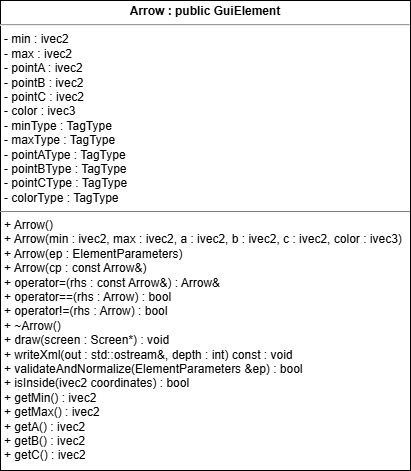
Earlier version of the draw.io export images/Arrow_UML.png (cgreen2048/ArtHuddle). Source tidied: cells renumbered, new cells last; positions are measured from the earlier drawing's top-left corner, leaving out a move shared by most shapes.
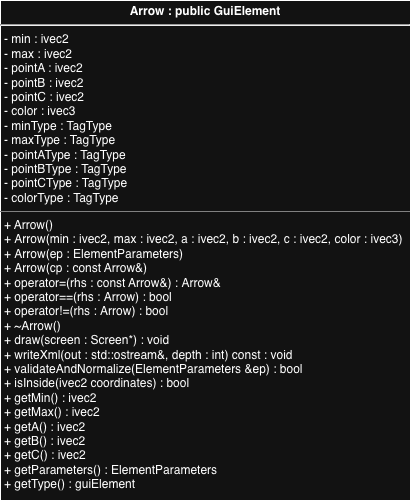
Later version of the same file.

Change to the diagram source:
```diff
@@ -2,8 +2,8 @@
   <root>
     <mxCell id="0" />
     <mxCell id="1" parent="0" />
-    <mxCell id="2" value="&lt;p style=&quot;margin:0px;margin-top:4px;text-align:center;&quot;&gt;&lt;b&gt;Arrow : public GuiElement&lt;/b&gt;&lt;/p&gt;&lt;hr&gt;&lt;p style=&quot;margin:0px;margin-left:4px;&quot;&gt;&lt;span style=&quot;background-color: transparent; color: light-dark(rgb(0, 0, 0), rgb(255, 255, 255));&quot;&gt;- min : ivec2&lt;/span&gt;&lt;/p&gt;&lt;p style=&quot;margin:0px;margin-left:4px;&quot;&gt;&lt;span style=&quot;background-color: transparent; color: light-dark(rgb(0, 0, 0), rgb(255, 255, 255));&quot;&gt;- max : ivec2&lt;/span&gt;&lt;/p&gt;&lt;p style=&quot;margin:0px;margin-left:4px;&quot;&gt;&lt;span style=&quot;background-color: transparent; color: light-dark(rgb(0, 0, 0), rgb(255, 255, 255));&quot;&gt;- pointA : ivec2&lt;/span&gt;&lt;/p&gt;&lt;p style=&quot;margin:0px;margin-left:4px;&quot;&gt;- pointB : ivec2&lt;/p&gt;&lt;p style=&quot;margin:0px;margin-left:4px;&quot;&gt;- pointC : ivec2&lt;/p&gt;&lt;p style=&quot;margin:0px;margin-left:4px;&quot;&gt;- color : ivec3&lt;br&gt;&lt;/p&gt;&lt;p style=&quot;margin:0px;margin-left:4px;&quot;&gt;- minType : TagType&lt;/p&gt;&lt;p style=&quot;margin:0px;margin-left:4px;&quot;&gt;- maxType : TagType&lt;/p&gt;&lt;p style=&quot;margin:0px;margin-left:4px;&quot;&gt;- pointA&lt;span style=&quot;background-color: transparent;&quot;&gt;Type : TagType&lt;/span&gt;&lt;/p&gt;&lt;p style=&quot;margin:0px;margin-left:4px;&quot;&gt;&lt;span style=&quot;white-space: normal;&quot;&gt;- pointBType : TagType&lt;/span&gt;&lt;/p&gt;&lt;p style=&quot;margin:0px;margin-left:4px;&quot;&gt;- pointCType : TagType&lt;/p&gt;&lt;p style=&quot;margin:0px;margin-left:4px;&quot;&gt;&lt;span style=&quot;white-space: normal;&quot;&gt;- colorType : TagType&lt;/span&gt;&lt;/p&gt;&lt;hr size=&quot;1&quot; style=&quot;border-style:solid;&quot;&gt;&lt;p style=&quot;margin:0px;margin-left:4px;&quot;&gt;+ Arrow()&lt;/p&gt;&lt;p style=&quot;margin:0px;margin-left:4px;&quot;&gt;&lt;span style=&quot;background-color: transparent; color: light-dark(rgb(0, 0, 0), rgb(255, 255, 255));&quot;&gt;+&lt;/span&gt;&lt;span style=&quot;background-color: transparent; color: light-dark(rgb(0, 0, 0), rgb(255, 255, 255));&quot;&gt;&amp;nbsp;&lt;/span&gt;Arrow(min : ivec2, max : ivec2, a : ivec2, b : ivec2, c : ivec2, color : ivec3)&lt;/p&gt;&lt;p style=&quot;margin:0px;margin-left:4px;&quot;&gt;&lt;span style=&quot;background-color: transparent; color: light-dark(rgb(0, 0, 0), rgb(255, 255, 255));&quot;&gt;+&lt;/span&gt;&lt;span style=&quot;background-color: transparent; color: light-dark(rgb(0, 0, 0), rgb(255, 255, 255));&quot;&gt;&amp;nbsp;&lt;/span&gt;Arrow(ep : ElementParameters)&lt;/p&gt;&lt;p style=&quot;margin:0px;margin-left:4px;&quot;&gt;&lt;span style=&quot;background-color: transparent; color: light-dark(rgb(0, 0, 0), rgb(255, 255, 255));&quot;&gt;+&lt;/span&gt;&lt;span style=&quot;background-color: transparent; color: light-dark(rgb(0, 0, 0), rgb(255, 255, 255));&quot;&gt;&amp;nbsp;&lt;/span&gt;Arrow(cp :&amp;nbsp;&lt;span style=&quot;background-color: transparent; color: light-dark(rgb(0, 0, 0), rgb(255, 255, 255));&quot;&gt;const Arrow&amp;amp;&lt;/span&gt;&lt;span style=&quot;background-color: transparent; color: light-dark(rgb(0, 0, 0), rgb(255, 255, 255));&quot;&gt;)&lt;/span&gt;&lt;/p&gt;&lt;p style=&quot;margin:0px;margin-left:4px;&quot;&gt;&lt;span style=&quot;background-color: transparent; color: light-dark(rgb(0, 0, 0), rgb(255, 255, 255));&quot;&gt;+&lt;/span&gt;&lt;span style=&quot;background-color: transparent; color: light-dark(rgb(0, 0, 0), rgb(255, 255, 255));&quot;&gt;&amp;nbsp;&lt;/span&gt;&lt;span style=&quot;white-space: normal;&quot;&gt;operator=(rhs :&amp;nbsp;&lt;/span&gt;&lt;span style=&quot;background-color: transparent; color: light-dark(rgb(0, 0, 0), rgb(255, 255, 255));&quot;&gt;const Arrow&amp;amp;&lt;/span&gt;&lt;span style=&quot;background-color: transparent; color: light-dark(rgb(0, 0, 0), rgb(255, 255, 255));&quot;&gt;) :&amp;nbsp;&lt;/span&gt;&lt;span style=&quot;background-color: transparent; color: light-dark(rgb(0, 0, 0), rgb(255, 255, 255));&quot;&gt;Arrow&amp;amp;&lt;/span&gt;&lt;/p&gt;&lt;p style=&quot;margin:0px;margin-left:4px;&quot;&gt;&lt;span style=&quot;background-color: transparent; color: light-dark(rgb(0, 0, 0), rgb(255, 255, 255));&quot;&gt;+&lt;/span&gt;&lt;span style=&quot;background-color: transparent; color: light-dark(rgb(0, 0, 0), rgb(255, 255, 255));&quot;&gt;&amp;nbsp;&lt;/span&gt;&lt;span style=&quot;white-space: normal;&quot;&gt;operator==(rhs :&amp;nbsp;&lt;/span&gt;&lt;span style=&quot;background-color: transparent; color: light-dark(rgb(0, 0, 0), rgb(255, 255, 255));&quot;&gt;Arrow) :&amp;nbsp;&lt;/span&gt;&lt;span style=&quot;background-color: transparent; color: light-dark(rgb(0, 0, 0), rgb(255, 255, 255));&quot;&gt;bool&lt;/span&gt;&lt;/p&gt;&lt;p style=&quot;margin:0px;margin-left:4px;&quot;&gt;&lt;span style=&quot;background-color: transparent; color: light-dark(rgb(0, 0, 0), rgb(255, 255, 255));&quot;&gt;+&lt;/span&gt;&lt;span style=&quot;background-color: transparent; color: light-dark(rgb(0, 0, 0), rgb(255, 255, 255));&quot;&gt;&amp;nbsp;&lt;/span&gt;&lt;span style=&quot;white-space: normal;&quot;&gt;operator!=(rhs :&amp;nbsp;&lt;/span&gt;&lt;span style=&quot;background-color: transparent; color: light-dark(rgb(0, 0, 0), rgb(255, 255, 255));&quot;&gt;Arrow&lt;/span&gt;&lt;span style=&quot;background-color: transparent; color: light-dark(rgb(0, 0, 0), rgb(255, 255, 255));&quot;&gt;) :&amp;nbsp;&lt;/span&gt;&lt;span style=&quot;background-color: transparent; color: light-dark(rgb(0, 0, 0), rgb(255, 255, 255));&quot;&gt;bool&lt;/span&gt;&lt;/p&gt;&lt;p style=&quot;margin:0px;margin-left:4px;&quot;&gt;&lt;span style=&quot;background-color: transparent; color: light-dark(rgb(0, 0, 0), rgb(255, 255, 255));&quot;&gt;+&lt;/span&gt;&lt;span style=&quot;background-color: transparent; color: light-dark(rgb(0, 0, 0), rgb(255, 255, 255));&quot;&gt;&amp;nbsp;&lt;/span&gt;&lt;span style=&quot;white-space: normal;&quot;&gt;~Arrow()&lt;/span&gt;&lt;/p&gt;&lt;p style=&quot;margin:0px;margin-left:4px;&quot;&gt;&lt;span style=&quot;background-color: transparent; color: light-dark(rgb(0, 0, 0), rgb(255, 255, 255));&quot;&gt;+&lt;/span&gt;&lt;span style=&quot;background-color: transparent; color: light-dark(rgb(0, 0, 0), rgb(255, 255, 255));&quot;&gt;&amp;nbsp;&lt;/span&gt;draw(screen :&amp;nbsp;&lt;span style=&quot;background-color: transparent; color: light-dark(rgb(0, 0, 0), rgb(255, 255, 255));&quot;&gt;Screen*&lt;/span&gt;&lt;span style=&quot;background-color: transparent; color: light-dark(rgb(0, 0, 0), rgb(255, 255, 255));&quot;&gt;) : void&lt;/span&gt;&lt;/p&gt;&lt;p style=&quot;margin:0px;margin-left:4px;&quot;&gt;&lt;span style=&quot;background-color: transparent; color: light-dark(rgb(0, 0, 0), rgb(255, 255, 255));&quot;&gt;+&lt;/span&gt;&lt;span style=&quot;background-color: transparent; color: light-dark(rgb(0, 0, 0), rgb(255, 255, 255));&quot;&gt;&amp;nbsp;&lt;/span&gt;writeXml(out :&amp;nbsp;&lt;span style=&quot;background-color: transparent; color: light-dark(rgb(0, 0, 0), rgb(255, 255, 255));&quot;&gt;std::ostream&amp;amp;&lt;/span&gt;&lt;span style=&quot;background-color: transparent; color: light-dark(rgb(0, 0, 0), rgb(255, 255, 255));&quot;&gt;, depth :&amp;nbsp;&lt;/span&gt;&lt;span style=&quot;background-color: transparent; color: light-dark(rgb(0, 0, 0), rgb(255, 255, 255));&quot;&gt;int&lt;/span&gt;&lt;span style=&quot;background-color: transparent; color: light-dark(rgb(0, 0, 0), rgb(255, 255, 255));&quot;&gt;) const : void&lt;/span&gt;&lt;/p&gt;&lt;p style=&quot;margin:0px;margin-left:4px;&quot;&gt;&lt;span style=&quot;background-color: transparent; color: light-dark(rgb(0, 0, 0), rgb(255, 255, 255));&quot;&gt;+&lt;/span&gt;&lt;span style=&quot;background-color: transparent; color: light-dark(rgb(0, 0, 0), rgb(255, 255, 255));&quot;&gt;&amp;nbsp;&lt;/span&gt;validateAndNormalize(ElementParameters &amp;amp;ep) : boo&lt;span style=&quot;background-color: transparent; color: light-dark(rgb(0, 0, 0), rgb(255, 255, 255));&quot;&gt;l&lt;/span&gt;&lt;/p&gt;&lt;p style=&quot;margin:0px;margin-left:4px;&quot;&gt;&lt;span style=&quot;background-color: transparent; color: light-dark(rgb(0, 0, 0), rgb(255, 255, 255));&quot;&gt;+&lt;/span&gt;&lt;span style=&quot;background-color: transparent; color: light-dark(rgb(0, 0, 0), rgb(255, 255, 255));&quot;&gt;&amp;nbsp;&lt;/span&gt;isInside(ivec2 coordinates) : bool&lt;/p&gt;&lt;p style=&quot;margin:0px;margin-left:4px;&quot;&gt;&lt;span style=&quot;background-color: transparent; color: light-dark(rgb(0, 0, 0), rgb(255, 255, 255));&quot;&gt;+&lt;/span&gt;&lt;span style=&quot;background-color: transparent; color: light-dark(rgb(0, 0, 0), rgb(255, 255, 255));&quot;&gt;&amp;nbsp;&lt;/span&gt;getMin() : ivec2&lt;/p&gt;&lt;p style=&quot;margin:0px;margin-left:4px;&quot;&gt;&lt;span style=&quot;background-color: transparent; color: light-dark(rgb(0, 0, 0), rgb(255, 255, 255));&quot;&gt;+&lt;/span&gt;&lt;span style=&quot;background-color: transparent; color: light-dark(rgb(0, 0, 0), rgb(255, 255, 255));&quot;&gt;&amp;nbsp;&lt;/span&gt;getMax() : ivec2&lt;/p&gt;&lt;p style=&quot;margin:0px;margin-left:4px;&quot;&gt;&lt;span style=&quot;background-color: transparent; color: light-dark(rgb(0, 0, 0), rgb(255, 255, 255));&quot;&gt;+&lt;/span&gt;&lt;span style=&quot;background-color: transparent; color: light-dark(rgb(0, 0, 0), rgb(255, 255, 255));&quot;&gt;&amp;nbsp;&lt;/span&gt;getA() : ivec2&lt;/p&gt;&lt;p style=&quot;margin:0px;margin-left:4px;&quot;&gt;&lt;span style=&quot;background-color: transparent; color: light-dark(rgb(0, 0, 0), rgb(255, 255, 255));&quot;&gt;+&lt;/span&gt;&lt;span style=&quot;background-color: transparent; color: light-dark(rgb(0, 0, 0), rgb(255, 255, 255));&quot;&gt;&amp;nbsp;&lt;/span&gt;getB() : ivec2&lt;/p&gt;&lt;p style=&quot;margin:0px;margin-left:4px;&quot;&gt;&lt;span style=&quot;background-color: transparent;&quot;&gt;&lt;/span&gt;&lt;/p&gt;&lt;p style=&quot;margin:0px;margin-left:4px;&quot;&gt;&lt;span style=&quot;background-color: transparent; color: light-dark(rgb(0, 0, 0), rgb(255, 255, 255));&quot;&gt;+&lt;/span&gt;&lt;span style=&quot;background-color: transparent; color: light-dark(rgb(0, 0, 0), rgb(255, 255, 255));&quot;&gt;&amp;nbsp;&lt;/span&gt;getC() : ivec2&lt;/p&gt;" style="verticalAlign=top;align=left;overflow=fill;html=1;whiteSpace=wrap;" parent="1" vertex="1">
-      <mxGeometry width="410" height="470" as="geometry" />
+    <mxCell id="2" value="&lt;p style=&quot;margin:0px;margin-top:4px;text-align:center;&quot;&gt;&lt;b&gt;Arrow : public GuiElement&lt;/b&gt;&lt;/p&gt;&lt;hr&gt;&lt;p style=&quot;margin:0px;margin-left:4px;&quot;&gt;&lt;span style=&quot;background-color: transparent; color: light-dark(rgb(0, 0, 0), rgb(255, 255, 255));&quot;&gt;- min : ivec2&lt;/span&gt;&lt;/p&gt;&lt;p style=&quot;margin:0px;margin-left:4px;&quot;&gt;&lt;span style=&quot;background-color: transparent; color: light-dark(rgb(0, 0, 0), rgb(255, 255, 255));&quot;&gt;- max : ivec2&lt;/span&gt;&lt;/p&gt;&lt;p style=&quot;margin:0px;margin-left:4px;&quot;&gt;&lt;span style=&quot;background-color: transparent; color: light-dark(rgb(0, 0, 0), rgb(255, 255, 255));&quot;&gt;- pointA : ivec2&lt;/span&gt;&lt;/p&gt;&lt;p style=&quot;margin:0px;margin-left:4px;&quot;&gt;- pointB : ivec2&lt;/p&gt;&lt;p style=&quot;margin:0px;margin-left:4px;&quot;&gt;- pointC : ivec2&lt;/p&gt;&lt;p style=&quot;margin:0px;margin-left:4px;&quot;&gt;- color : ivec3&lt;br&gt;&lt;/p&gt;&lt;p style=&quot;margin:0px;margin-left:4px;&quot;&gt;- minType : TagType&lt;/p&gt;&lt;p style=&quot;margin:0px;margin-left:4px;&quot;&gt;- maxType : TagType&lt;/p&gt;&lt;p style=&quot;margin:0px;margin-left:4px;&quot;&gt;- pointA&lt;span style=&quot;background-color: transparent;&quot;&gt;Type : TagType&lt;/span&gt;&lt;/p&gt;&lt;p style=&quot;margin:0px;margin-left:4px;&quot;&gt;&lt;span style=&quot;white-space: normal;&quot;&gt;- pointBType : TagType&lt;/span&gt;&lt;/p&gt;&lt;p style=&quot;margin:0px;margin-left:4px;&quot;&gt;- pointCType : TagType&lt;/p&gt;&lt;p style=&quot;margin:0px;margin-left:4px;&quot;&gt;&lt;span style=&quot;white-space: normal;&quot;&gt;- colorType : TagType&lt;/span&gt;&lt;/p&gt;&lt;hr size=&quot;1&quot; style=&quot;border-style:solid;&quot;&gt;&lt;p style=&quot;margin:0px;margin-left:4px;&quot;&gt;+ Arrow()&lt;/p&gt;&lt;p style=&quot;margin:0px;margin-left:4px;&quot;&gt;&lt;span style=&quot;background-color: transparent; color: light-dark(rgb(0, 0, 0), rgb(255, 255, 255));&quot;&gt;+&lt;/span&gt;&lt;span style=&quot;background-color: transparent; color: light-dark(rgb(0, 0, 0), rgb(255, 255, 255));&quot;&gt;&amp;nbsp;&lt;/span&gt;Arrow(min : ivec2, max : ivec2, a : ivec2, b : ivec2, c : ivec2, color : ivec3)&lt;/p&gt;&lt;p style=&quot;margin:0px;margin-left:4px;&quot;&gt;&lt;span style=&quot;background-color: transparent; color: light-dark(rgb(0, 0, 0), rgb(255, 255, 255));&quot;&gt;+&lt;/span&gt;&lt;span style=&quot;background-color: transparent; color: light-dark(rgb(0, 0, 0), rgb(255, 255, 255));&quot;&gt;&amp;nbsp;&lt;/span&gt;Arrow(ep : ElementParameters)&lt;/p&gt;&lt;p style=&quot;margin:0px;margin-left:4px;&quot;&gt;&lt;span style=&quot;background-color: transparent; color: light-dark(rgb(0, 0, 0), rgb(255, 255, 255));&quot;&gt;+&lt;/span&gt;&lt;span style=&quot;background-color: transparent; color: light-dark(rgb(0, 0, 0), rgb(255, 255, 255));&quot;&gt;&amp;nbsp;&lt;/span&gt;Arrow(cp :&amp;nbsp;&lt;span style=&quot;background-color: transparent; color: light-dark(rgb(0, 0, 0), rgb(255, 255, 255));&quot;&gt;const Arrow&amp;amp;&lt;/span&gt;&lt;span style=&quot;background-color: transparent; color: light-dark(rgb(0, 0, 0), rgb(255, 255, 255));&quot;&gt;)&lt;/span&gt;&lt;/p&gt;&lt;p style=&quot;margin:0px;margin-left:4px;&quot;&gt;&lt;span style=&quot;background-color: transparent; color: light-dark(rgb(0, 0, 0), rgb(255, 255, 255));&quot;&gt;+&lt;/span&gt;&lt;span style=&quot;background-color: transparent; color: light-dark(rgb(0, 0, 0), rgb(255, 255, 255));&quot;&gt;&amp;nbsp;&lt;/span&gt;&lt;span style=&quot;white-space: normal;&quot;&gt;operator=(rhs :&amp;nbsp;&lt;/span&gt;&lt;span style=&quot;background-color: transparent; color: light-dark(rgb(0, 0, 0), rgb(255, 255, 255));&quot;&gt;const Arrow&amp;amp;&lt;/span&gt;&lt;span style=&quot;background-color: transparent; color: light-dark(rgb(0, 0, 0), rgb(255, 255, 255));&quot;&gt;) :&amp;nbsp;&lt;/span&gt;&lt;span style=&quot;background-color: transparent; color: light-dark(rgb(0, 0, 0), rgb(255, 255, 255));&quot;&gt;Arrow&amp;amp;&lt;/span&gt;&lt;/p&gt;&lt;p style=&quot;margin:0px;margin-left:4px;&quot;&gt;&lt;span style=&quot;background-color: transparent; color: light-dark(rgb(0, 0, 0), rgb(255, 255, 255));&quot;&gt;+&lt;/span&gt;&lt;span style=&quot;background-color: transparent; color: light-dark(rgb(0, 0, 0), rgb(255, 255, 255));&quot;&gt;&amp;nbsp;&lt;/span&gt;&lt;span style=&quot;white-space: normal;&quot;&gt;operator==(rhs :&amp;nbsp;&lt;/span&gt;&lt;span style=&quot;background-color: transparent; color: light-dark(rgb(0, 0, 0), rgb(255, 255, 255));&quot;&gt;Arrow) :&amp;nbsp;&lt;/span&gt;&lt;span style=&quot;background-color: transparent; color: light-dark(rgb(0, 0, 0), rgb(255, 255, 255));&quot;&gt;bool&lt;/span&gt;&lt;/p&gt;&lt;p style=&quot;margin:0px;margin-left:4px;&quot;&gt;&lt;span style=&quot;background-color: transparent; color: light-dark(rgb(0, 0, 0), rgb(255, 255, 255));&quot;&gt;+&lt;/span&gt;&lt;span style=&quot;background-color: transparent; color: light-dark(rgb(0, 0, 0), rgb(255, 255, 255));&quot;&gt;&amp;nbsp;&lt;/span&gt;&lt;span style=&quot;white-space: normal;&quot;&gt;operator!=(rhs :&amp;nbsp;&lt;/span&gt;&lt;span style=&quot;background-color: transparent; color: light-dark(rgb(0, 0, 0), rgb(255, 255, 255));&quot;&gt;Arrow&lt;/span&gt;&lt;span style=&quot;background-color: transparent; color: light-dark(rgb(0, 0, 0), rgb(255, 255, 255));&quot;&gt;) :&amp;nbsp;&lt;/span&gt;&lt;span style=&quot;background-color: transparent; color: light-dark(rgb(0, 0, 0), rgb(255, 255, 255));&quot;&gt;bool&lt;/span&gt;&lt;/p&gt;&lt;p style=&quot;margin:0px;margin-left:4px;&quot;&gt;&lt;span style=&quot;background-color: transparent; color: light-dark(rgb(0, 0, 0), rgb(255, 255, 255));&quot;&gt;+&lt;/span&gt;&lt;span style=&quot;background-color: transparent; color: light-dark(rgb(0, 0, 0), rgb(255, 255, 255));&quot;&gt;&amp;nbsp;&lt;/span&gt;&lt;span style=&quot;white-space: normal;&quot;&gt;~Arrow()&lt;/span&gt;&lt;/p&gt;&lt;p style=&quot;margin:0px;margin-left:4px;&quot;&gt;&lt;span style=&quot;background-color: transparent; color: light-dark(rgb(0, 0, 0), rgb(255, 255, 255));&quot;&gt;+&lt;/span&gt;&lt;span style=&quot;background-color: transparent; color: light-dark(rgb(0, 0, 0), rgb(255, 255, 255));&quot;&gt;&amp;nbsp;&lt;/span&gt;draw(screen :&amp;nbsp;&lt;span style=&quot;background-color: transparent; color: light-dark(rgb(0, 0, 0), rgb(255, 255, 255));&quot;&gt;Screen*&lt;/span&gt;&lt;span style=&quot;background-color: transparent; color: light-dark(rgb(0, 0, 0), rgb(255, 255, 255));&quot;&gt;) : void&lt;/span&gt;&lt;/p&gt;&lt;p style=&quot;margin:0px;margin-left:4px;&quot;&gt;&lt;span style=&quot;background-color: transparent; color: light-dark(rgb(0, 0, 0), rgb(255, 255, 255));&quot;&gt;+&lt;/span&gt;&lt;span style=&quot;background-color: transparent; color: light-dark(rgb(0, 0, 0), rgb(255, 255, 255));&quot;&gt;&amp;nbsp;&lt;/span&gt;writeXml(out :&amp;nbsp;&lt;span style=&quot;background-color: transparent; color: light-dark(rgb(0, 0, 0), rgb(255, 255, 255));&quot;&gt;std::ostream&amp;amp;&lt;/span&gt;&lt;span style=&quot;background-color: transparent; color: light-dark(rgb(0, 0, 0), rgb(255, 255, 255));&quot;&gt;, depth :&amp;nbsp;&lt;/span&gt;&lt;span style=&quot;background-color: transparent; color: light-dark(rgb(0, 0, 0), rgb(255, 255, 255));&quot;&gt;int&lt;/span&gt;&lt;span style=&quot;background-color: transparent; color: light-dark(rgb(0, 0, 0), rgb(255, 255, 255));&quot;&gt;) const : void&lt;/span&gt;&lt;/p&gt;&lt;p style=&quot;margin:0px;margin-left:4px;&quot;&gt;&lt;span style=&quot;background-color: transparent; color: light-dark(rgb(0, 0, 0), rgb(255, 255, 255));&quot;&gt;+&lt;/span&gt;&lt;span style=&quot;background-color: transparent; color: light-dark(rgb(0, 0, 0), rgb(255, 255, 255));&quot;&gt;&amp;nbsp;&lt;/span&gt;validateAndNormalize(ElementParameters &amp;amp;ep) : boo&lt;span style=&quot;background-color: transparent; color: light-dark(rgb(0, 0, 0), rgb(255, 255, 255));&quot;&gt;l&lt;/span&gt;&lt;/p&gt;&lt;p style=&quot;margin:0px;margin-left:4px;&quot;&gt;&lt;span style=&quot;background-color: transparent; color: light-dark(rgb(0, 0, 0), rgb(255, 255, 255));&quot;&gt;+&lt;/span&gt;&lt;span style=&quot;background-color: transparent; color: light-dark(rgb(0, 0, 0), rgb(255, 255, 255));&quot;&gt;&amp;nbsp;&lt;/span&gt;isInside(ivec2 coordinates) : bool&lt;/p&gt;&lt;p style=&quot;margin:0px;margin-left:4px;&quot;&gt;&lt;span style=&quot;background-color: transparent; color: light-dark(rgb(0, 0, 0), rgb(255, 255, 255));&quot;&gt;+&lt;/span&gt;&lt;span style=&quot;background-color: transparent; color: light-dark(rgb(0, 0, 0), rgb(255, 255, 255));&quot;&gt;&amp;nbsp;&lt;/span&gt;getMin() : ivec2&lt;/p&gt;&lt;p style=&quot;margin:0px;margin-left:4px;&quot;&gt;&lt;span style=&quot;background-color: transparent; color: light-dark(rgb(0, 0, 0), rgb(255, 255, 255));&quot;&gt;+&lt;/span&gt;&lt;span style=&quot;background-color: transparent; color: light-dark(rgb(0, 0, 0), rgb(255, 255, 255));&quot;&gt;&amp;nbsp;&lt;/span&gt;getMax() : ivec2&lt;/p&gt;&lt;p style=&quot;margin:0px;margin-left:4px;&quot;&gt;&lt;span style=&quot;background-color: transparent; color: light-dark(rgb(0, 0, 0), rgb(255, 255, 255));&quot;&gt;+&lt;/span&gt;&lt;span style=&quot;background-color: transparent; color: light-dark(rgb(0, 0, 0), rgb(255, 255, 255));&quot;&gt;&amp;nbsp;&lt;/span&gt;getA() : ivec2&lt;/p&gt;&lt;p style=&quot;margin:0px;margin-left:4px;&quot;&gt;&lt;span style=&quot;background-color: transparent; color: light-dark(rgb(0, 0, 0), rgb(255, 255, 255));&quot;&gt;+&lt;/span&gt;&lt;span style=&quot;background-color: transparent; color: light-dark(rgb(0, 0, 0), rgb(255, 255, 255));&quot;&gt;&amp;nbsp;&lt;/span&gt;getB() : ivec2&lt;/p&gt;&lt;p style=&quot;margin:0px;margin-left:4px;&quot;&gt;&lt;span style=&quot;background-color: transparent;&quot;&gt;&lt;/span&gt;&lt;/p&gt;&lt;p style=&quot;margin:0px;margin-left:4px;&quot;&gt;&lt;span style=&quot;background-color: transparent; color: light-dark(rgb(0, 0, 0), rgb(255, 255, 255));&quot;&gt;+&lt;/span&gt;&lt;span style=&quot;background-color: transparent; color: light-dark(rgb(0, 0, 0), rgb(255, 255, 255));&quot;&gt;&amp;nbsp;&lt;/span&gt;getC() : ivec2&lt;/p&gt;&lt;p style=&quot;margin: 0px 0px 0px 4px;&quot;&gt;&lt;span style=&quot;background-color: transparent;&quot;&gt;+ getParameters() : ElementParameters&lt;/span&gt;&lt;/p&gt;&lt;p style=&quot;margin: 0px 0px 0px 4px;&quot;&gt;&lt;span style=&quot;background-color: transparent;&quot;&gt;+ getType() : guiElement&lt;/span&gt;&lt;/p&gt;" style="verticalAlign=top;align=left;overflow=fill;html=1;whiteSpace=wrap;" parent="1" vertex="1">
+      <mxGeometry width="410" height="500" as="geometry" />
     </mxCell>
   </root>
 </mxGraphModel>
```
